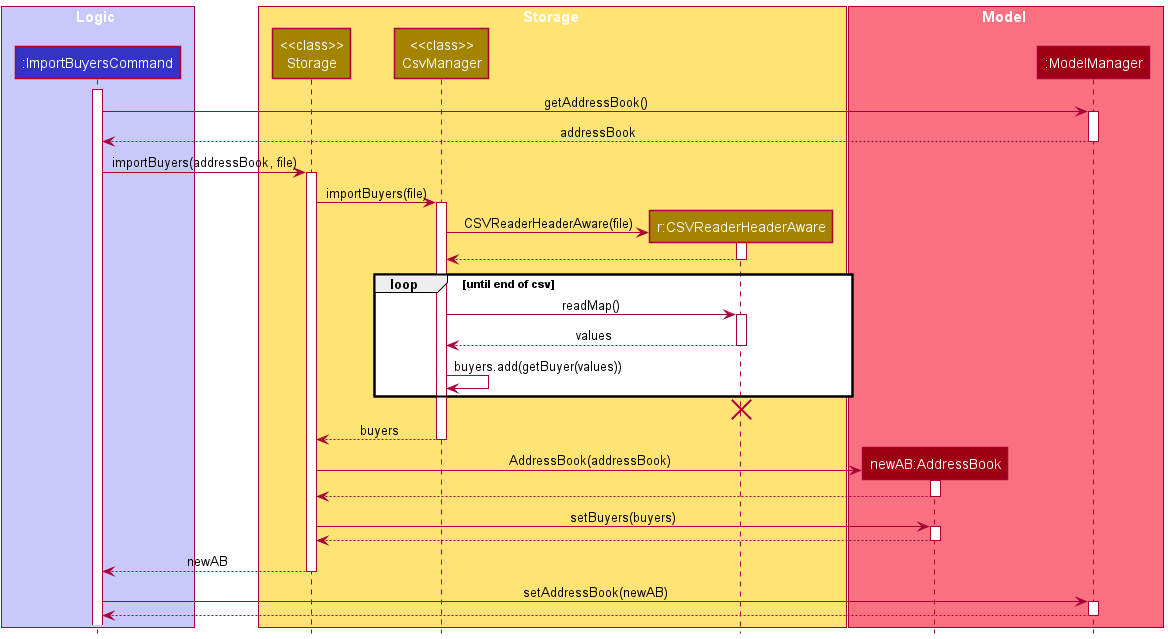
The PlantUML diagram docs/images/ImportExecutionSequenceDiagram.png in waynetee/tp, before a commit.
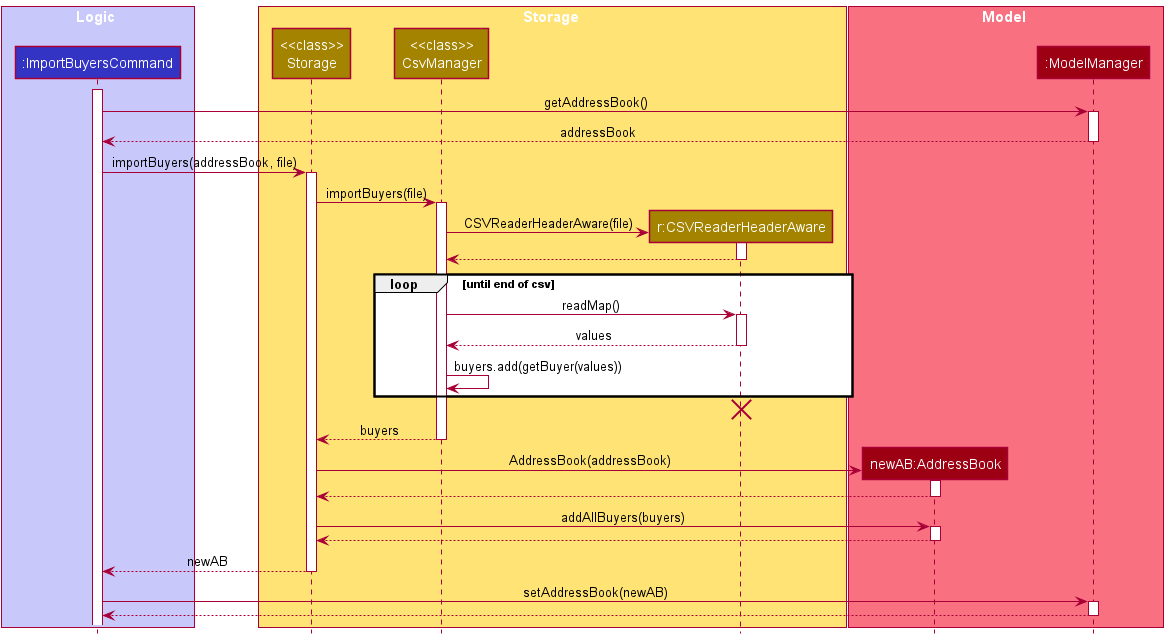
After the commit.

Change to the diagram source:
```diff
@@ -61,21 +61,19 @@
 return
 deactivate AddressBook
 
-Storage -> AddressBook: setBuyers(buyers)
+Storage -> AddressBook: addAllBuyers(buyers)
 activate AddressBook
 
 return
 deactivate AddressBook
 
 Storage --> ImportBuyersCommand: newAB
-
 deactivate Storage
 
 ImportBuyersCommand -> Model: setAddressBook(newAB)
 activate Model
 
 return
-
 deactivate Model
 
 @enduml
```
